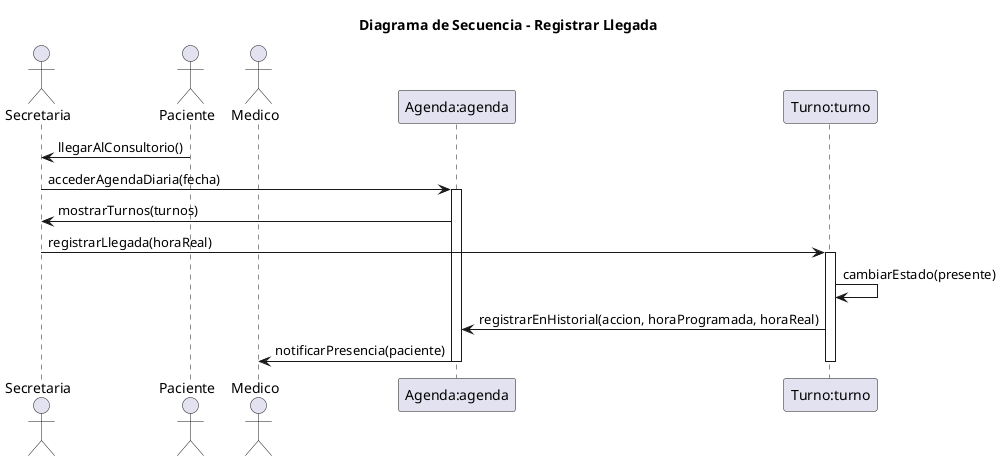
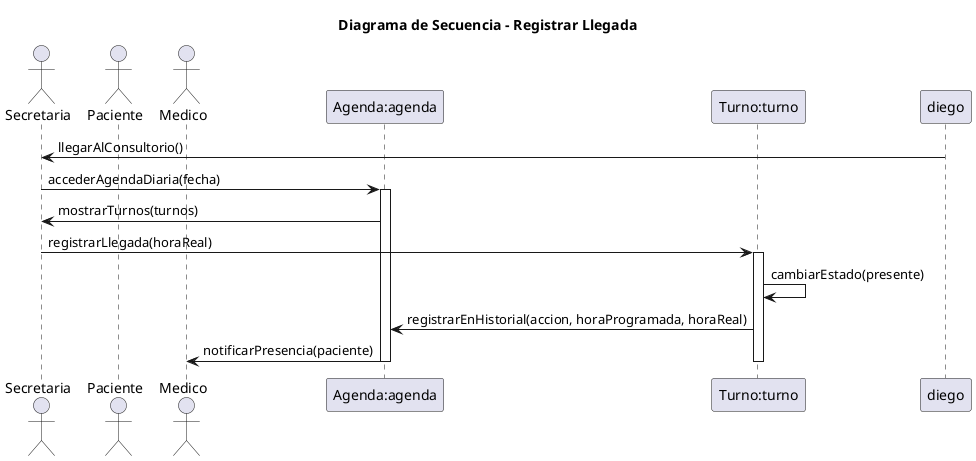
@startuml
title Diagrama de Secuencia - Registrar Llegada
' Nombre del escenario: Registrar Llegada del Paciente - Flujo Principal
' Archivo: diagramas/03-escenarios-casos-de-uso/03-registrar-llegada-flujo-principal.md
' Objetivo: Representar el registro de llegada de un paciente en el día de la cita, involucrando secretaria, paciente, médico y sistema, basado en responsabilidades de CRC (Secretaria gestiona turnos, Turno modifica estados, Medico atiende pacientes, Agenda muestra turnos).

actor Secretaria as victoria
- actor Paciente as diego
+ actor Paciente as diego_martinez
actor Medico as drMolina
participant "Agenda:agenda" as agenda
participant "Turno:turno" as turno

diego -> victoria: llegarAlConsultorio()

victoria -> agenda: accederAgendaDiaria(fecha)
activate agenda

agenda -> victoria: mostrarTurnos(turnos)
victoria -> turno: registrarLlegada(horaReal)
activate turno

turno -> turno: cambiarEstado(presente)
turno -> agenda: registrarEnHistorial(accion, horaProgramada, horaReal)

agenda -> drMolina: notificarPresencia(paciente)

deactivate turno
deactivate agenda
@enduml